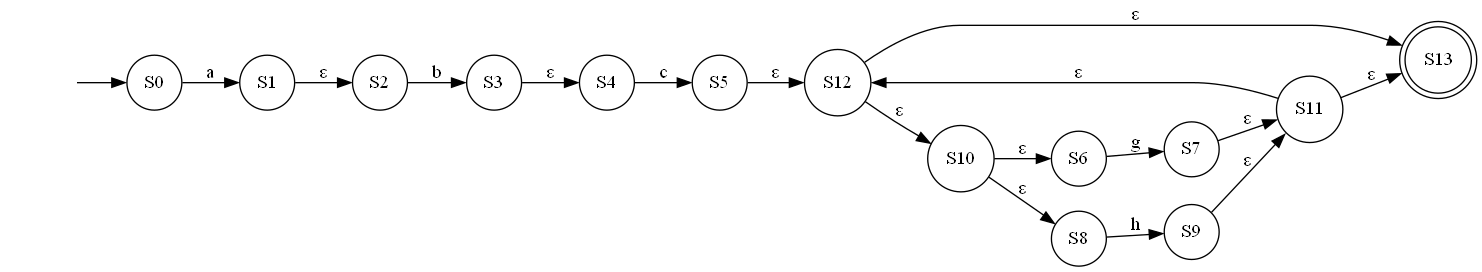
youssefhassan01/Compilers_Assignment keeps this Graphviz diagram as NFA.gv.png. Above is the earlier version. Its source is kept beside it as NFA.gv.
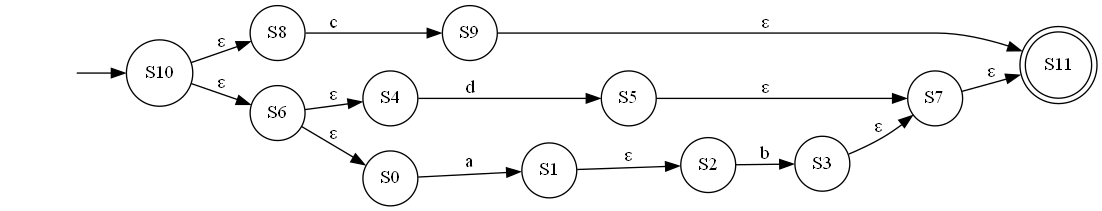
The same file after the commit.

Diff of the diagram source:
```diff
@@ -1,35 +1,30 @@
 digraph NFA {
 	graph [rankdir=LR]
 	"" [label="" shape=plaintext]
-	S13 [label=S13 shape=doublecircle]
+	S11 [label=S11 shape=doublecircle]
+	S8 [label=S8 shape=circle]
+	S7 [label=S7 shape=circle]
 	S4 [label=S4 shape=circle]
 	S10 [label=S10 shape=circle]
-	S7 [label=S7 shape=circle]
-	S0 [label=S0 shape=circle]
 	S9 [label=S9 shape=circle]
-	S8 [label=S8 shape=circle]
-	S3 [label=S3 shape=circle]
 	S1 [label=S1 shape=circle]
 	S2 [label=S2 shape=circle]
 	S6 [label=S6 shape=circle]
+	S3 [label=S3 shape=circle]
+	S0 [label=S0 shape=circle]
 	S5 [label=S5 shape=circle]
-	S11 [label=S11 shape=circle]
-	S12 [label=S12 shape=circle]
-	"" -> S0 [label=""]
+	"" -> S10 [label=""]
 	S0 -> S1 [label=a]
 	S1 -> S2 [label="ε"]
 	S2 -> S3 [label=b]
-	S3 -> S4 [label="ε"]
-	S4 -> S5 [label=c]
-	S5 -> S12 [label="ε"]
-	S6 -> S7 [label=g]
+	S3 -> S7 [label="ε"]
+	S4 -> S5 [label=d]
+	S5 -> S7 [label="ε"]
+	S6 -> S0 [label="ε"]
+	S6 -> S4 [label="ε"]
 	S7 -> S11 [label="ε"]
-	S8 -> S9 [label=h]
+	S8 -> S9 [label=c]
 	S9 -> S11 [label="ε"]
+	S10 -> S8 [label="ε"]
 	S10 -> S6 [label="ε"]
-	S10 -> S8 [label="ε"]
-	S11 -> S12 [label="ε"]
-	S11 -> S13 [label="ε"]
-	S12 -> S10 [label="ε"]
-	S12 -> S13 [label="ε"]
 }
```
